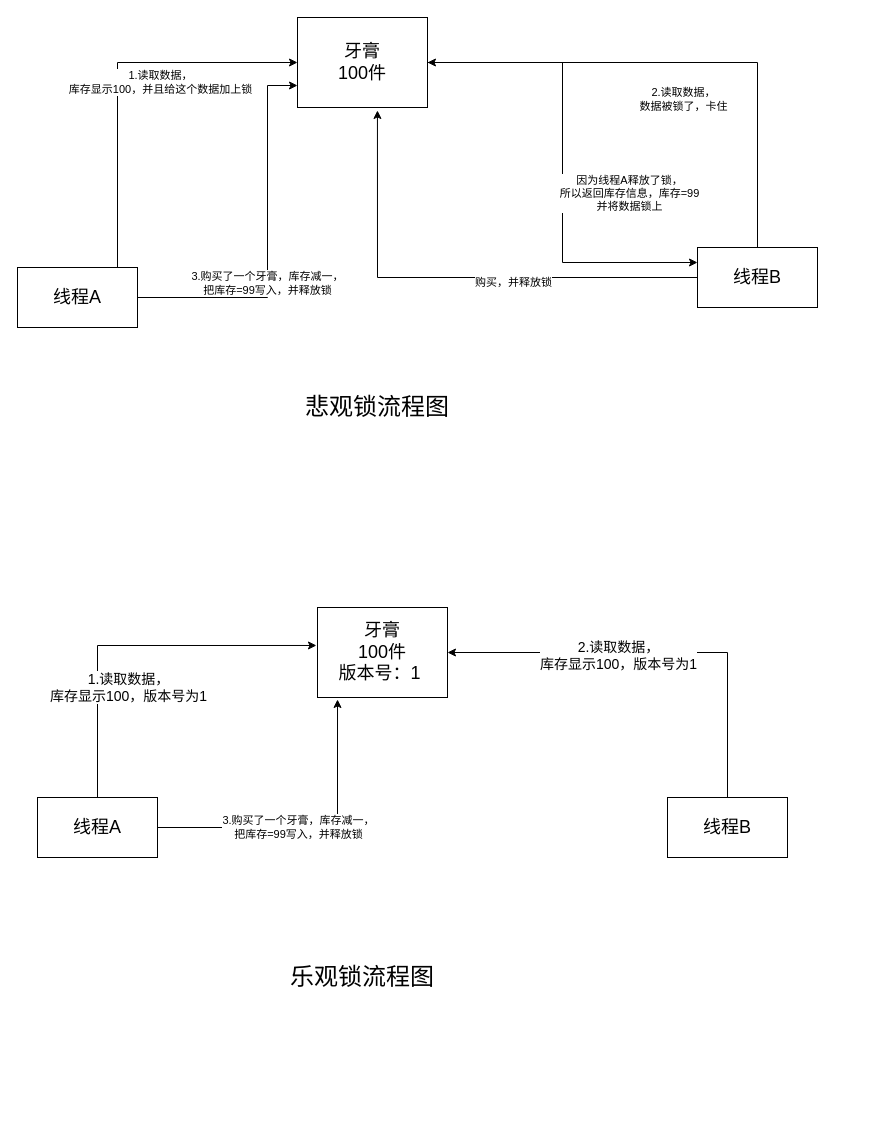
The draw.io diagram es乐观锁和悲观锁的流程.drawio in dabengxiang/diagrams, before the edit. Source tidied: cells renumbered, new cells numbered last; positions are measured from the earlier drawing's top-left corner, leaving out a move shared by most shapes. Both pictures are drawn from the tidied source at 100%, with x=0, y=0 at pixel (17, 17).
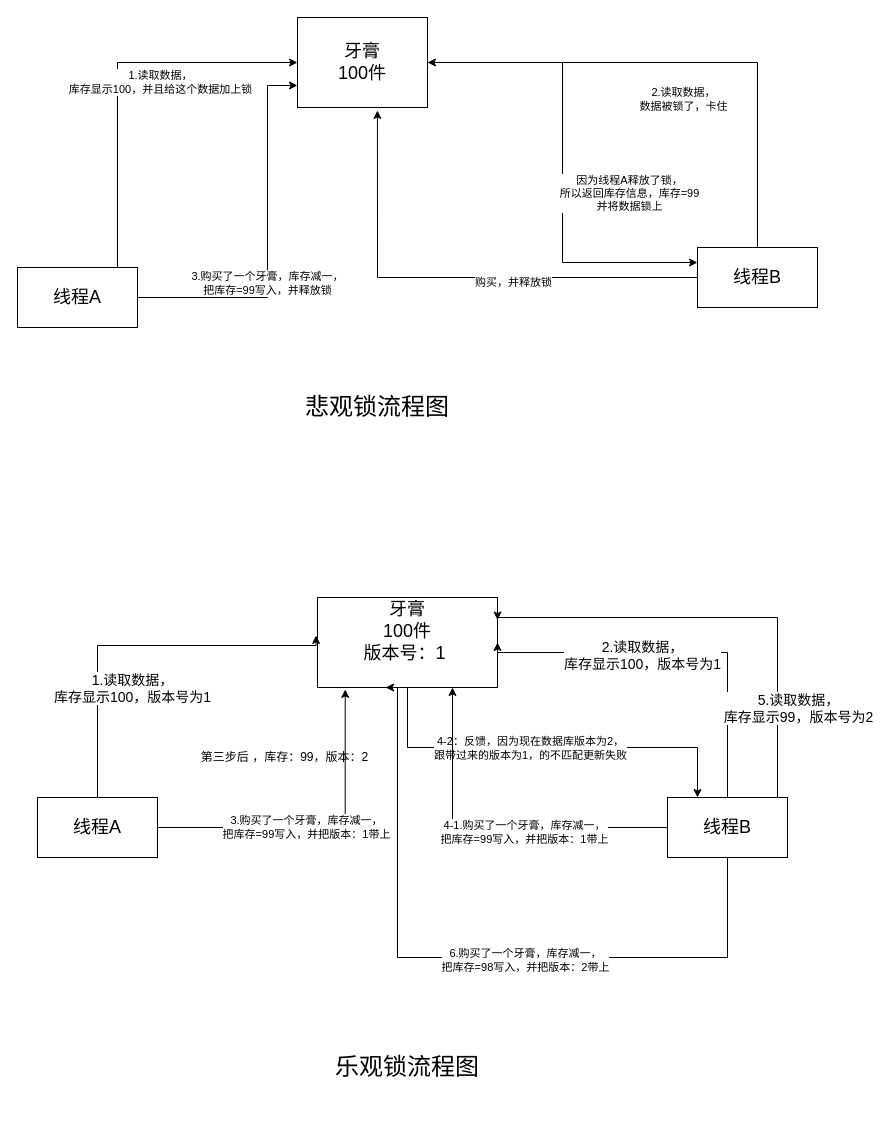
The same page after the edit.

Commit message:
更新es乐观锁和悲观锁的流程.drawio

The change refers to these unchanged cells:
```xml
<mxCell id="20" style="edgeStyle=orthogonalEdgeStyle;rounded=0;jettySize=auto;html=1;entryX=0.154;entryY=1.022;entryDx=0;entryDy=0;entryPerimeter=0;" parent="1" edge="1" source="22" target="17">
  <mxGeometry relative="1" as="geometry" />
</mxCell>
<mxCell id="25" value="&lt;font style=&quot;font-size: 18px&quot;&gt;线程B&lt;/font&gt;" style="rounded=0;whiteSpace=wrap;html=1;" parent="1" vertex="1">
  <mxGeometry x="650" y="780" width="120" height="60" as="geometry" />
</mxCell>
```

The edit, as a diff of the source:
```diff
@@
     <mxCell id="16" value="&lt;font style=&quot;font-size: 24px&quot;&gt;乐观锁流程图&lt;/font&gt;" style="text;html=1;strokeColor=none;fillColor=none;align=center;verticalAlign=middle;whiteSpace=wrap;rounded=0;" parent="1" vertex="1">
-      <mxGeometry x="155" y="920" width="380" height="80" as="geometry" />
+      <mxGeometry x="200" y="1010" width="380" height="80" as="geometry" />
     </mxCell>
+    <mxCell id="26" style="edgeStyle=orthogonalEdgeStyle;rounded=0;jettySize=auto;html=1;entryX=0.25;entryY=0;entryDx=0;entryDy=0;" parent="1" edge="1" source="17" target="25">
+      <mxGeometry relative="1" as="geometry">
+        <Array as="points">
+          <mxPoint x="390" y="730" />
+          <mxPoint x="680" y="730" />
+        </Array>
+      </mxGeometry>
+    </mxCell>
+    <mxCell id="27" value="4-2：反馈，因为现在数据库版本为2，&lt;br&gt;跟带过来的版本为1，的不匹配更新失败" style="edgeLabel;html=1;align=center;verticalAlign=middle;" parent="26" vertex="1">
+      <mxGeometry x="-0.09" relative="1" as="geometry" />
+    </mxCell>
-    <mxCell id="17" value="&lt;font style=&quot;font-size: 18px&quot;&gt;牙膏&lt;br&gt;100件&lt;br&gt;版本号：1&amp;nbsp;&lt;br&gt;&lt;/font&gt;" style="rounded=0;whiteSpace=wrap;html=1;" parent="1" vertex="1">
-      <mxGeometry x="300" y="590" width="130" height="90" as="geometry" />
+    <mxCell id="17" value="&lt;font style=&quot;font-size: 18px&quot;&gt;牙膏&lt;br&gt;100件&lt;br&gt;版本号：1&amp;nbsp;&lt;br&gt;&lt;br&gt;&lt;/font&gt;" style="rounded=0;whiteSpace=wrap;html=1;" parent="1" vertex="1">
+      <mxGeometry x="300" y="580" width="180" height="90" as="geometry" />
     </mxCell>
@@
-    <mxCell id="21" value="3.购买了一个牙膏，库存减一，&lt;br&gt;把库存=99写入，并释放锁" style="edgeLabel;html=1;align=center;verticalAlign=middle;" parent="20" vertex="1">
+    <mxCell id="21" value="3.购买了一个牙膏，库存减一，&lt;br&gt;把库存=99写入，并把版本：1带上" style="edgeLabel;html=1;align=center;verticalAlign=middle;" parent="20" vertex="1">
       <mxGeometry x="-0.09" y="1" relative="1" as="geometry" />
     </mxCell>
@@
+    <mxCell id="28" style="edgeStyle=orthogonalEdgeStyle;rounded=0;jettySize=auto;html=1;exitX=0;exitY=0.5;exitDx=0;exitDy=0;entryX=0.75;entryY=1;entryDx=0;entryDy=0;" parent="1" edge="1" source="25" target="17">
+      <mxGeometry relative="1" as="geometry">
+        <Array as="points">
+          <mxPoint x="435" y="810" />
+        </Array>
+      </mxGeometry>
+    </mxCell>
+    <mxCell id="29" value="4-1.购买了一个牙膏，库存减一，&lt;br&gt;把库存=99写入，并把版本：1带上" style="edgeLabel;html=1;align=center;verticalAlign=middle;" parent="28" vertex="1">
+      <mxGeometry x="-0.19" y="4" relative="1" as="geometry" />
+    </mxCell>
+    <mxCell id="30" style="edgeStyle=orthogonalEdgeStyle;rounded=0;jettySize=auto;html=1;entryX=1;entryY=0.25;entryDx=0;entryDy=0;" parent="1" edge="1" source="25" target="17">
+      <mxGeometry relative="1" as="geometry">
+        <Array as="points">
+          <mxPoint x="760" y="600" />
+          <mxPoint x="480" y="600" />
+        </Array>
+      </mxGeometry>
+    </mxCell>
+    <mxCell id="31" value="&lt;span style=&quot;font-size: 14px&quot;&gt;5.读取数据，&lt;/span&gt;&lt;br style=&quot;font-size: 14px&quot;&gt;&lt;span style=&quot;font-size: 14px&quot;&gt;库存显示99，版本号为2&lt;/span&gt;" style="edgeLabel;html=1;align=center;verticalAlign=middle;" parent="30" vertex="1">
+      <mxGeometry x="-0.41" y="-2" relative="1" as="geometry">
+        <mxPoint x="18" y="46" as="offset" />
+      </mxGeometry>
+    </mxCell>
+    <mxCell id="32" style="edgeStyle=orthogonalEdgeStyle;rounded=0;jettySize=auto;html=1;exitX=0.5;exitY=1;exitDx=0;exitDy=0;entryX=0.378;entryY=1;entryDx=0;entryDy=0;entryPerimeter=0;" parent="1" edge="1" source="25" target="17">
+      <mxGeometry relative="1" as="geometry">
+        <Array as="points">
+          <mxPoint x="710" y="940" />
+          <mxPoint x="380" y="940" />
+          <mxPoint x="380" y="670" />
+        </Array>
+      </mxGeometry>
+    </mxCell>
+    <mxCell id="33" value="6.购买了一个牙膏，库存减一，&lt;br&gt;把库存=98写入，并把版本：2带上" style="edgeLabel;html=1;align=center;verticalAlign=middle;" parent="32" vertex="1">
+      <mxGeometry x="-0.15" y="2" relative="1" as="geometry" />
+    </mxCell>
@@
+    <mxCell id="34" value="&lt;font style=&quot;font-size: 12px&quot;&gt;&lt;br&gt;&lt;br&gt;第三步后 ，库存：99，版本：2&lt;/font&gt;" style="text;html=1;strokeColor=none;fillColor=none;align=center;verticalAlign=middle;whiteSpace=wrap;rounded=0;" parent="1" vertex="1">
+      <mxGeometry x="150" y="690" width="235" height="70" as="geometry" />
+    </mxCell>
```
